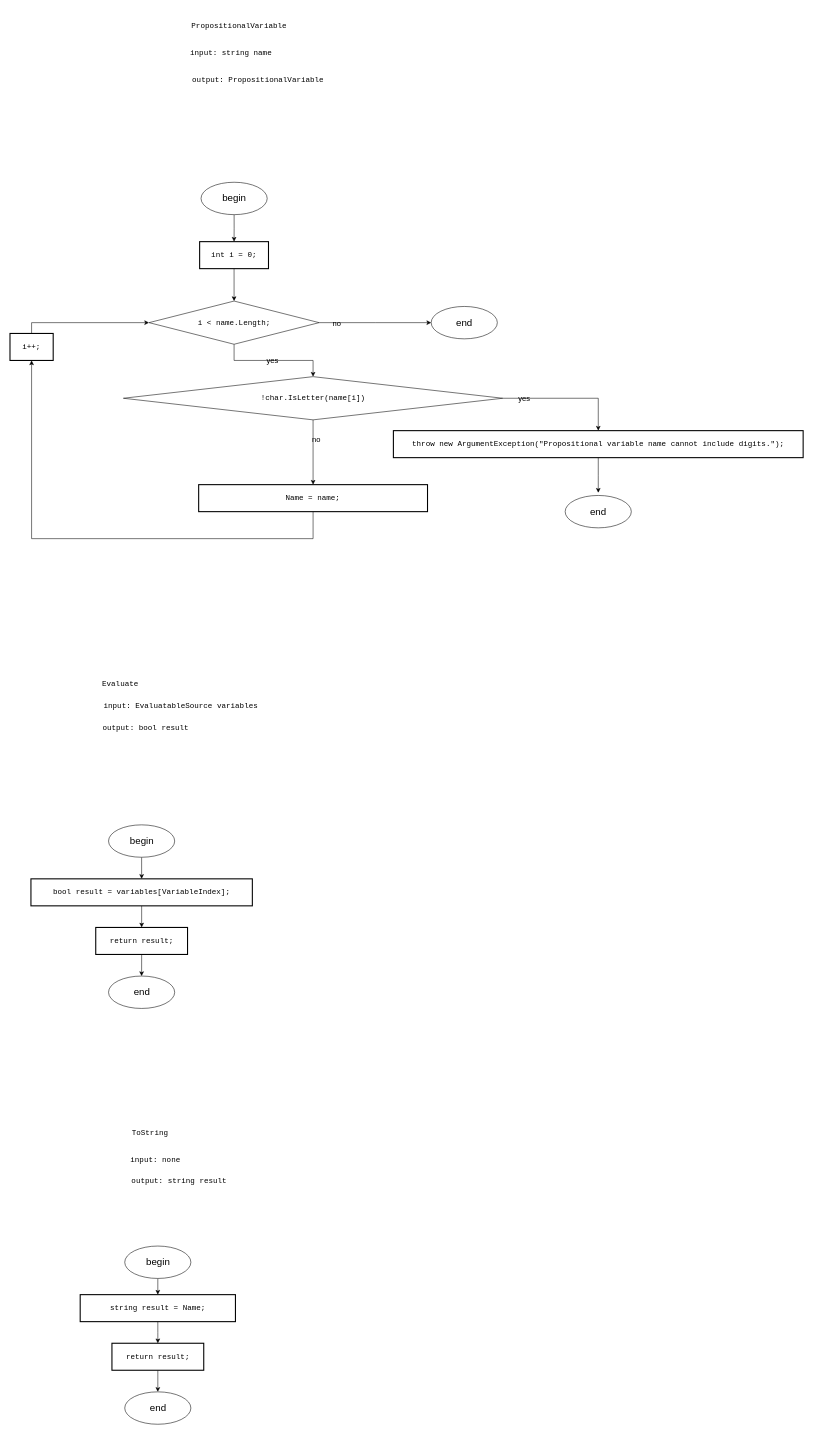
slavikovics/FictionalVariables keeps this draw.io diagram as Diagrams/propositionalVariable.drawio. Above is the earlier version. Source tidied: cells renumbered, new cells numbered last; positions are measured from the earlier drawing's top-left corner, leaving out a move shared by most shapes. Both pictures are drawn from the tidied source at 54%, with x=0, y=0 at pixel (10, 9).
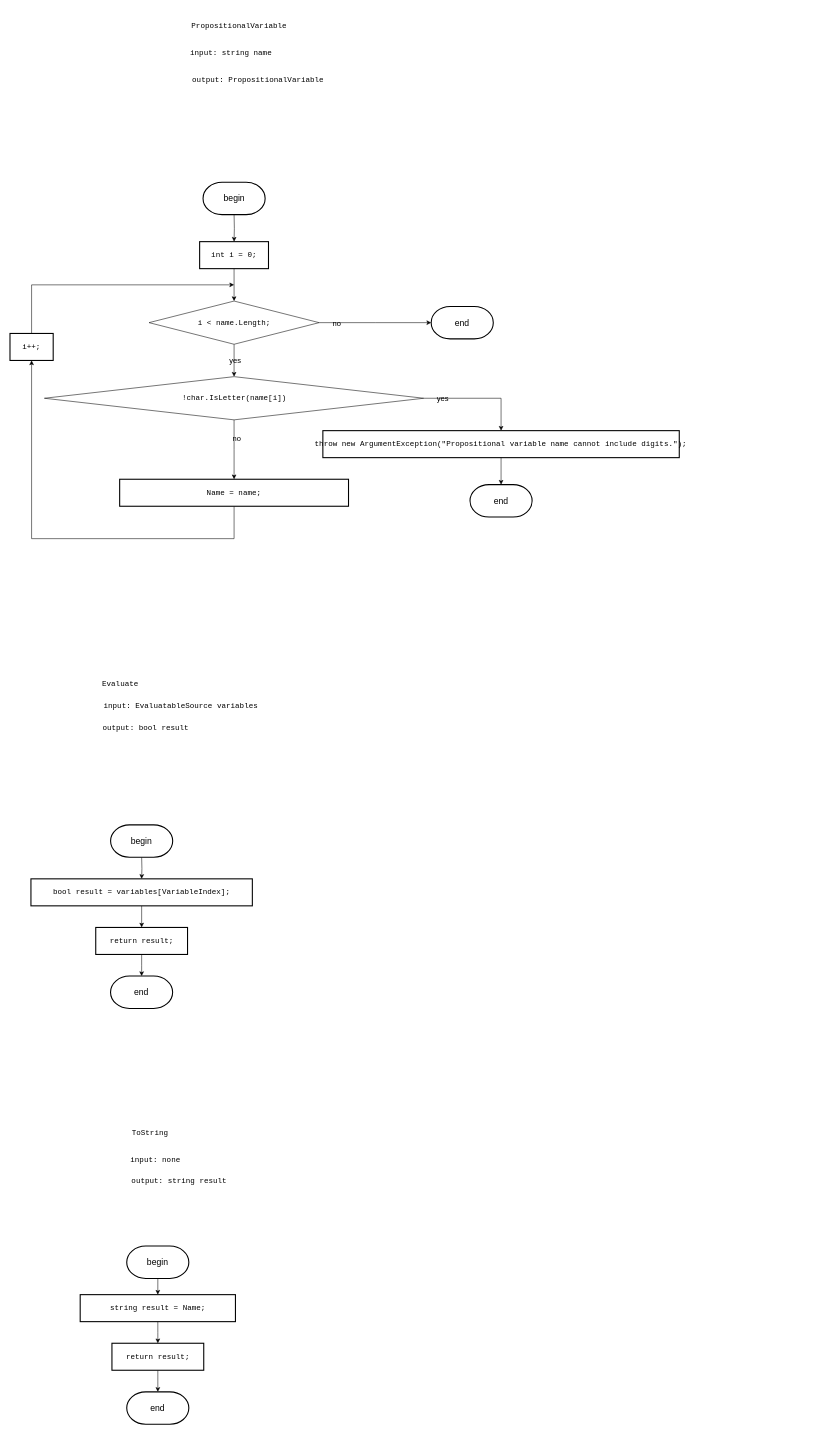
The same diagram, later.

The change refers to these unchanged cells:
```xml
<mxCell id="6" value="&lt;div style=&quot;&quot;&gt;&lt;pre style=&quot;font-family: &amp;quot;JetBrains Mono&amp;quot;, monospace;&quot;&gt;&lt;span style=&quot;&quot;&gt;int &lt;/span&gt;&lt;span style=&quot;&quot;&gt;i &lt;/span&gt;&lt;font&gt;= &lt;/font&gt;&lt;font&gt;0&lt;/font&gt;&lt;font&gt;;&lt;/font&gt;&lt;/pre&gt;&lt;/div&gt;" style="rounded=0;whiteSpace=wrap;html=1;absoluteArcSize=1;arcSize=14;strokeWidth=2;fontSize=14;fontColor=#000000;labelBackgroundColor=none;" parent="1" vertex="1">
  <mxGeometry x="351.2" y="430" width="127.5" height="50" as="geometry" />
</mxCell>
<mxCell id="9" value="&lt;div style=&quot;&quot;&gt;&lt;pre style=&quot;font-family: &amp;quot;JetBrains Mono&amp;quot;, monospace;&quot;&gt;&lt;pre style=&quot;font-family: &amp;quot;JetBrains Mono&amp;quot;, monospace;&quot;&gt;&lt;div&gt;&lt;pre style=&quot;font-family: &amp;quot;JetBrains Mono&amp;quot;, monospace;&quot;&gt;i &amp;lt; name.Length;&lt;/pre&gt;&lt;/div&gt;&lt;/pre&gt;&lt;/pre&gt;&lt;/div&gt;" style="rhombus;whiteSpace=wrap;html=1;fontSize=14;fontColor=#000000;labelBackgroundColor=none;" parent="1" vertex="1">
  <mxGeometry x="257.5" y="540" width="315" height="80" as="geometry" />
</mxCell>
<mxCell id="11" value="&lt;div style=&quot;&quot;&gt;&lt;pre style=&quot;font-family: &amp;quot;JetBrains Mono&amp;quot;, monospace;&quot;&gt;&lt;div&gt;&lt;pre style=&quot;font-family: &amp;quot;JetBrains Mono&amp;quot;, monospace;&quot;&gt;i++;&lt;/pre&gt;&lt;/div&gt;&lt;/pre&gt;&lt;/div&gt;" style="rounded=0;whiteSpace=wrap;html=1;absoluteArcSize=1;arcSize=14;strokeWidth=2;fontSize=14;fontColor=#000000;labelBackgroundColor=none;" parent="1" vertex="1">
  <mxGeometry y="600" width="80" height="50" as="geometry" />
</mxCell>
<mxCell id="28" value="&lt;div style=&quot;&quot;&gt;&lt;pre style=&quot;font-family: &amp;quot;JetBrains Mono&amp;quot;, monospace;&quot;&gt;&lt;pre style=&quot;font-family: &amp;quot;JetBrains Mono&amp;quot;, monospace;&quot;&gt;&lt;span style=&quot;&quot;&gt;bool &lt;/span&gt;result = variables[VariableIndex];&lt;br&gt;&lt;/pre&gt;&lt;/pre&gt;&lt;/div&gt;" style="rounded=0;whiteSpace=wrap;html=1;absoluteArcSize=1;arcSize=14;strokeWidth=2;fontSize=14;fontColor=#000000;labelBackgroundColor=none;" parent="1" vertex="1">
  <mxGeometry x="38.8" y="1610" width="410" height="50" as="geometry" />
</mxCell>
<mxCell id="34" value="&lt;div style=&quot;&quot;&gt;&lt;pre style=&quot;font-family: &amp;quot;JetBrains Mono&amp;quot;, monospace;&quot;&gt;&lt;pre style=&quot;font-family: &amp;quot;JetBrains Mono&amp;quot;, monospace;&quot;&gt;&lt;div&gt;&lt;pre style=&quot;font-family: &amp;quot;JetBrains Mono&amp;quot;, monospace;&quot;&gt;&lt;span style=&quot;&quot;&gt;string &lt;/span&gt;&lt;span style=&quot;&quot;&gt;result &lt;/span&gt;= Name;&lt;/pre&gt;&lt;/div&gt;&lt;/pre&gt;&lt;/pre&gt;&lt;/div&gt;" style="rounded=0;whiteSpace=wrap;html=1;absoluteArcSize=1;arcSize=14;strokeWidth=2;fontSize=14;fontColor=#000000;labelBackgroundColor=none;" parent="1" vertex="1">
  <mxGeometry x="130" y="2380" width="287.5" height="50" as="geometry" />
</mxCell>
<mxCell id="36" value="&lt;div style=&quot;&quot;&gt;&lt;pre style=&quot;font-family: &amp;quot;JetBrains Mono&amp;quot;, monospace;&quot;&gt;&lt;pre style=&quot;font-family: &amp;quot;JetBrains Mono&amp;quot;, monospace;&quot;&gt;&lt;div&gt;&lt;pre style=&quot;font-family: &amp;quot;JetBrains Mono&amp;quot;, monospace;&quot;&gt;&lt;span style=&quot;&quot;&gt;return &lt;/span&gt;result;&lt;/pre&gt;&lt;/div&gt;&lt;/pre&gt;&lt;/pre&gt;&lt;/div&gt;" style="rounded=0;whiteSpace=wrap;html=1;absoluteArcSize=1;arcSize=14;strokeWidth=2;fontSize=14;fontColor=#000000;labelBackgroundColor=none;" parent="1" vertex="1">
  <mxGeometry x="158.8" y="1700" width="170" height="50" as="geometry" />
</mxCell>
<mxCell id="38" value="&lt;div style=&quot;&quot;&gt;&lt;pre style=&quot;font-family: &amp;quot;JetBrains Mono&amp;quot;, monospace;&quot;&gt;&lt;pre style=&quot;font-family: &amp;quot;JetBrains Mono&amp;quot;, monospace;&quot;&gt;&lt;div&gt;&lt;pre style=&quot;font-family: &amp;quot;JetBrains Mono&amp;quot;, monospace;&quot;&gt;&lt;span style=&quot;&quot;&gt;return &lt;/span&gt;result;&lt;/pre&gt;&lt;/div&gt;&lt;/pre&gt;&lt;/pre&gt;&lt;/div&gt;" style="rounded=0;whiteSpace=wrap;html=1;absoluteArcSize=1;arcSize=14;strokeWidth=2;fontSize=14;fontColor=#000000;labelBackgroundColor=none;" parent="1" vertex="1">
  <mxGeometry x="188.8" y="2470" width="170" height="50" as="geometry" />
</mxCell>
```

Change to the diagram source:
```diff
@@
-    <mxCell id="10" style="edgeStyle=orthogonalEdgeStyle;rounded=0;jettySize=auto;html=1;exitX=0.5;exitY=0;exitDx=0;exitDy=0;entryX=0;entryY=0.5;entryDx=0;entryDy=0;fontSize=14;fontColor=#000000;labelBackgroundColor=none;" parent="1" edge="1" source="11" target="9">
-      <mxGeometry relative="1" as="geometry" />
+    <mxCell id="10" style="edgeStyle=orthogonalEdgeStyle;rounded=0;jettySize=auto;html=1;exitX=0.5;exitY=0;exitDx=0;exitDy=0;fontSize=14;fontColor=#000000;labelBackgroundColor=none;" parent="1" edge="1" source="11">
+      <mxGeometry relative="1" as="geometry">
+        <mxPoint x="415" y="510" as="targetPoint" />
+        <Array as="points">
+          <mxPoint x="40" y="510" />
+        </Array>
+      </mxGeometry>
     </mxCell>
@@
     <mxCell id="16" value="&lt;div style=&quot;&quot;&gt;&lt;pre style=&quot;font-family: &amp;quot;JetBrains Mono&amp;quot;, monospace;&quot;&gt;&lt;pre style=&quot;font-family: &amp;quot;JetBrains Mono&amp;quot;, monospace;&quot;&gt;&lt;pre style=&quot;font-family: &amp;quot;JetBrains Mono&amp;quot;, monospace;&quot;&gt;&lt;div&gt;&lt;pre style=&quot;font-family: &amp;quot;JetBrains Mono&amp;quot;, monospace;&quot;&gt;!&lt;span style=&quot;&quot;&gt;char&lt;/span&gt;.IsLetter(name[i])&lt;/pre&gt;&lt;/div&gt;&lt;/pre&gt;&lt;/pre&gt;&lt;/pre&gt;&lt;/div&gt;" style="rhombus;whiteSpace=wrap;html=1;fontSize=14;fontColor=#000000;labelBackgroundColor=none;" parent="1" vertex="1">
-      <mxGeometry x="210" y="680" width="702.5" height="80" as="geometry" />
+      <mxGeometry x="63.7" y="680" width="702.5" height="80" as="geometry" />
     </mxCell>
-    <mxCell id="17" style="edgeStyle=orthogonalEdgeStyle;rounded=0;jettySize=auto;html=1;exitX=0.5;exitY=1;exitDx=0;exitDy=0;fontSize=14;fontColor=#000000;labelBackgroundColor=none;" parent="1" edge="1" source="18">
-      <mxGeometry relative="1" as="geometry">
-        <mxPoint x="1089.4" y="895" as="targetPoint" />
-      </mxGeometry>
-    </mxCell>
     <mxCell id="18" value="&lt;div style=&quot;&quot;&gt;&lt;pre style=&quot;font-family: &amp;quot;JetBrains Mono&amp;quot;, monospace;&quot;&gt;&lt;pre style=&quot;font-family: &amp;quot;JetBrains Mono&amp;quot;, monospace;&quot;&gt;&lt;pre style=&quot;font-family: &amp;quot;JetBrains Mono&amp;quot;, monospace;&quot;&gt;&lt;pre style=&quot;font-family: &amp;quot;JetBrains Mono&amp;quot;, monospace;&quot;&gt;&lt;pre style=&quot;font-family: &amp;quot;JetBrains Mono&amp;quot;, monospace;&quot;&gt;&lt;pre style=&quot;font-family: &amp;quot;JetBrains Mono&amp;quot;, monospace;&quot;&gt;&lt;pre style=&quot;font-family: &amp;quot;JetBrains Mono&amp;quot;, monospace;&quot;&gt;&lt;pre style=&quot;font-family: &amp;quot;JetBrains Mono&amp;quot;, monospace;&quot;&gt;&lt;pre style=&quot;font-family: &amp;quot;JetBrains Mono&amp;quot;, monospace;&quot;&gt;&lt;pre style=&quot;font-family: &amp;quot;JetBrains Mono&amp;quot;, monospace;&quot;&gt;&lt;pre style=&quot;font-family: &amp;quot;JetBrains Mono&amp;quot;, monospace;&quot;&gt;&lt;div&gt;&lt;pre style=&quot;font-family: &amp;quot;JetBrains Mono&amp;quot;, monospace;&quot;&gt;&lt;span style=&quot;&quot;&gt;throw &lt;/span&gt;&lt;span style=&quot;&quot;&gt;new &lt;/span&gt;ArgumentException(&lt;span style=&quot;&quot;&gt;&quot;Propositional variable name cannot include digits.&quot;&lt;/span&gt;);&lt;/pre&gt;&lt;/div&gt;&lt;/pre&gt;&lt;/pre&gt;&lt;/pre&gt;&lt;/pre&gt;&lt;/pre&gt;&lt;/pre&gt;&lt;/pre&gt;&lt;/pre&gt;&lt;/pre&gt;&lt;/pre&gt;&lt;/pre&gt;&lt;/div&gt;" style="rounded=0;whiteSpace=wrap;html=1;absoluteArcSize=1;arcSize=14;strokeWidth=2;fontSize=14;fontColor=#000000;labelBackgroundColor=none;" parent="1" vertex="1">
-      <mxGeometry x="710" y="780" width="758.8" height="50" as="geometry" />
+      <mxGeometry x="579.4" y="780" width="660" height="50" as="geometry" />
     </mxCell>
     <mxCell id="19" style="edgeStyle=orthogonalEdgeStyle;rounded=0;jettySize=auto;html=1;exitX=0.5;exitY=1;exitDx=0;exitDy=0;entryX=0.5;entryY=1;entryDx=0;entryDy=0;fontSize=14;fontColor=#000000;labelBackgroundColor=none;" parent="1" edge="1" source="20" target="11">
       <mxGeometry relative="1" as="geometry">
         <Array as="points">
-          <mxPoint x="561.8" y="980" />
-          <mxPoint x="39.8" y="980" />
+          <mxPoint x="415" y="980" />
+          <mxPoint x="40" y="980" />
         </Array>
       </mxGeometry>
     </mxCell>
     <mxCell id="20" value="&lt;div style=&quot;&quot;&gt;&lt;pre style=&quot;font-family: &amp;quot;JetBrains Mono&amp;quot;, monospace;&quot;&gt;&lt;pre style=&quot;font-family: &amp;quot;JetBrains Mono&amp;quot;, monospace;&quot;&gt;&lt;pre style=&quot;font-family: &amp;quot;JetBrains Mono&amp;quot;, monospace;&quot;&gt;&lt;pre style=&quot;font-family: &amp;quot;JetBrains Mono&amp;quot;, monospace;&quot;&gt;&lt;pre style=&quot;font-family: &amp;quot;JetBrains Mono&amp;quot;, monospace;&quot;&gt;&lt;pre style=&quot;font-family: &amp;quot;JetBrains Mono&amp;quot;, monospace;&quot;&gt;&lt;pre style=&quot;font-family: &amp;quot;JetBrains Mono&amp;quot;, monospace;&quot;&gt;&lt;pre style=&quot;font-family: &amp;quot;JetBrains Mono&amp;quot;, monospace;&quot;&gt;&lt;pre style=&quot;font-family: &amp;quot;JetBrains Mono&amp;quot;, monospace;&quot;&gt;&lt;pre style=&quot;font-family: &amp;quot;JetBrains Mono&amp;quot;, monospace;&quot;&gt;&lt;div&gt;&lt;pre style=&quot;font-family: &amp;quot;JetBrains Mono&amp;quot;, monospace;&quot;&gt;Name = name;&lt;/pre&gt;&lt;/div&gt;&lt;/pre&gt;&lt;/pre&gt;&lt;/pre&gt;&lt;/pre&gt;&lt;/pre&gt;&lt;/pre&gt;&lt;/pre&gt;&lt;/pre&gt;&lt;/pre&gt;&lt;/pre&gt;&lt;/div&gt;" style="rounded=0;whiteSpace=wrap;html=1;absoluteArcSize=1;arcSize=14;strokeWidth=2;fontSize=14;fontColor=#000000;labelBackgroundColor=none;" parent="1" vertex="1">
-      <mxGeometry x="349.4" y="880" width="423.8" height="50" as="geometry" />
+      <mxGeometry x="203.1" y="870" width="423.8" height="50" as="geometry" />
     </mxCell>
@@
-    <mxCell id="35" style="edgeStyle=orthogonalEdgeStyle;rounded=0;jettySize=auto;html=1;exitX=0.5;exitY=1;exitDx=0;exitDy=0;entryX=0.5;entryY=0;entryDx=0;entryDy=0;" parent="1" edge="1" source="36" target="45">
-      <mxGeometry relative="1" as="geometry" />
+    <mxCell id="35" style="edgeStyle=orthogonalEdgeStyle;rounded=0;jettySize=auto;html=1;exitX=0.5;exitY=1;exitDx=0;exitDy=0;entryX=0.5;entryY=0;entryDx=0;entryDy=0;" parent="1" edge="1" source="36">
+      <mxGeometry relative="1" as="geometry">
+        <mxPoint x="243.8" y="1790" as="targetPoint" />
+      </mxGeometry>
     </mxCell>
@@
-    <mxCell id="37" style="edgeStyle=orthogonalEdgeStyle;rounded=0;jettySize=auto;html=1;exitX=0.5;exitY=1;exitDx=0;exitDy=0;" parent="1" edge="1" source="38" target="48">
-      <mxGeometry relative="1" as="geometry" />
+    <mxCell id="37" style="edgeStyle=orthogonalEdgeStyle;rounded=0;jettySize=auto;html=1;exitX=0.5;exitY=1;exitDx=0;exitDy=0;" parent="1" edge="1" source="38">
+      <mxGeometry relative="1" as="geometry">
+        <mxPoint x="273.8" y="2560" as="targetPoint" />
+      </mxGeometry>
     </mxCell>
@@
-    <mxCell id="39" style="edgeStyle=orthogonalEdgeStyle;rounded=0;jettySize=auto;html=1;exitX=0.5;exitY=1;exitDx=0;exitDy=0;entryX=0.5;entryY=0;entryDx=0;entryDy=0;" parent="1" edge="1" source="40" target="6">
-      <mxGeometry relative="1" as="geometry" />
+    <mxCell id="39" style="edgeStyle=orthogonalEdgeStyle;rounded=0;jettySize=auto;html=1;exitX=0.5;exitY=1;exitDx=0;exitDy=0;entryX=0.5;entryY=0;entryDx=0;entryDy=0;" parent="1" edge="1" target="6">
+      <mxGeometry relative="1" as="geometry">
+        <mxPoint x="415" y="380" as="sourcePoint" />
+      </mxGeometry>
     </mxCell>
-    <mxCell id="40" value="&lt;font style=&quot;font-size: 18px;&quot;&gt;begin&lt;/font&gt;" style="ellipse;whiteSpace=wrap;html=1;" parent="1" vertex="1">
-      <mxGeometry x="353.8" y="320" width="122.5" height="60" as="geometry" />
-    </mxCell>
-    <mxCell id="41" value="&lt;font style=&quot;font-size: 18px;&quot;&gt;end&lt;/font&gt;" style="ellipse;whiteSpace=wrap;html=1;" parent="1" vertex="1">
-      <mxGeometry x="780" y="550" width="122.5" height="60" as="geometry" />
-    </mxCell>
-    <mxCell id="42" value="&lt;font style=&quot;font-size: 18px;&quot;&gt;end&lt;/font&gt;" style="ellipse;whiteSpace=wrap;html=1;" parent="1" vertex="1">
-      <mxGeometry x="1028.1" y="900" width="122.5" height="60" as="geometry" />
-    </mxCell>
-    <mxCell id="43" style="edgeStyle=orthogonalEdgeStyle;rounded=0;jettySize=auto;html=1;exitX=0.5;exitY=1;exitDx=0;exitDy=0;entryX=0.5;entryY=0;entryDx=0;entryDy=0;" parent="1" edge="1" source="44" target="28">
-      <mxGeometry relative="1" as="geometry" />
+    <mxCell id="43" style="edgeStyle=orthogonalEdgeStyle;rounded=0;jettySize=auto;html=1;exitX=0.5;exitY=1;exitDx=0;exitDy=0;entryX=0.5;entryY=0;entryDx=0;entryDy=0;" parent="1" edge="1" target="28">
+      <mxGeometry relative="1" as="geometry">
+        <mxPoint x="243.8" y="1570" as="sourcePoint" />
+      </mxGeometry>
     </mxCell>
-    <mxCell id="44" value="&lt;font style=&quot;font-size: 18px;&quot;&gt;begin&lt;/font&gt;" style="ellipse;whiteSpace=wrap;html=1;" parent="1" vertex="1">
-      <mxGeometry x="182.5" y="1510" width="122.5" height="60" as="geometry" />
-    </mxCell>
-    <mxCell id="45" value="&lt;font style=&quot;font-size: 18px;&quot;&gt;end&lt;/font&gt;" style="ellipse;whiteSpace=wrap;html=1;" parent="1" vertex="1">
-      <mxGeometry x="182.5" y="1790" width="122.5" height="60" as="geometry" />
-    </mxCell>
-    <mxCell id="46" style="edgeStyle=orthogonalEdgeStyle;rounded=0;jettySize=auto;html=1;exitX=0.5;exitY=1;exitDx=0;exitDy=0;entryX=0.5;entryY=0;entryDx=0;entryDy=0;" parent="1" edge="1" source="47" target="34">
-      <mxGeometry relative="1" as="geometry" />
+    <mxCell id="46" style="edgeStyle=orthogonalEdgeStyle;rounded=0;jettySize=auto;html=1;exitX=0.5;exitY=1;exitDx=0;exitDy=0;entryX=0.5;entryY=0;entryDx=0;entryDy=0;" parent="1" edge="1" target="34">
+      <mxGeometry relative="1" as="geometry">
+        <mxPoint x="273.8" y="2350" as="sourcePoint" />
+      </mxGeometry>
     </mxCell>
-    <mxCell id="47" value="&lt;font style=&quot;font-size: 18px;&quot;&gt;begin&lt;/font&gt;" style="ellipse;whiteSpace=wrap;html=1;" parent="1" vertex="1">
-      <mxGeometry x="212.5" y="2290" width="122.5" height="60" as="geometry" />
-    </mxCell>
-    <mxCell id="48" value="&lt;font style=&quot;font-size: 18px;&quot;&gt;end&lt;/font&gt;" style="ellipse;whiteSpace=wrap;html=1;" parent="1" vertex="1">
-      <mxGeometry x="212.5" y="2560" width="122.5" height="60" as="geometry" />
-    </mxCell>
+    <mxCell id="49" value="&lt;font style=&quot;font-size: 16px;&quot;&gt;begin&lt;/font&gt;" style="strokeWidth=2;html=1;shape=mxgraph.flowchart.terminator;whiteSpace=wrap;" parent="1" vertex="1">
+      <mxGeometry x="357.5" y="320" width="115" height="60" as="geometry" />
+    </mxCell>
+    <mxCell id="50" value="&lt;font style=&quot;font-size: 16px;&quot;&gt;end&lt;/font&gt;" style="strokeWidth=2;html=1;shape=mxgraph.flowchart.terminator;whiteSpace=wrap;" parent="1" vertex="1">
+      <mxGeometry x="780" y="550" width="115" height="60" as="geometry" />
+    </mxCell>
+    <mxCell id="51" value="&lt;font style=&quot;font-size: 16px;&quot;&gt;end&lt;/font&gt;" style="strokeWidth=2;html=1;shape=mxgraph.flowchart.terminator;whiteSpace=wrap;" parent="1" vertex="1">
+      <mxGeometry x="851.9" y="880" width="115" height="60" as="geometry" />
+    </mxCell>
+    <mxCell id="52" value="&lt;font style=&quot;font-size: 16px;&quot;&gt;begin&lt;/font&gt;" style="strokeWidth=2;html=1;shape=mxgraph.flowchart.terminator;whiteSpace=wrap;" parent="1" vertex="1">
+      <mxGeometry x="186.3" y="1510" width="115" height="60" as="geometry" />
+    </mxCell>
+    <mxCell id="53" value="&lt;font style=&quot;font-size: 16px;&quot;&gt;end&lt;/font&gt;" style="strokeWidth=2;html=1;shape=mxgraph.flowchart.terminator;whiteSpace=wrap;" parent="1" vertex="1">
+      <mxGeometry x="186.2" y="1790" width="115" height="60" as="geometry" />
+    </mxCell>
+    <mxCell id="54" value="&lt;font style=&quot;font-size: 16px;&quot;&gt;begin&lt;/font&gt;" style="strokeWidth=2;html=1;shape=mxgraph.flowchart.terminator;whiteSpace=wrap;" parent="1" vertex="1">
+      <mxGeometry x="216.2" y="2290" width="115" height="60" as="geometry" />
+    </mxCell>
+    <mxCell id="55" value="&lt;font style=&quot;font-size: 16px;&quot;&gt;end&lt;/font&gt;" style="strokeWidth=2;html=1;shape=mxgraph.flowchart.terminator;whiteSpace=wrap;" parent="1" vertex="1">
+      <mxGeometry x="216.2" y="2560" width="115" height="60" as="geometry" />
+    </mxCell>
+    <mxCell id="56" style="edgeStyle=orthogonalEdgeStyle;rounded=0;jettySize=auto;html=1;exitX=0.5;exitY=1;exitDx=0;exitDy=0;entryX=0.5;entryY=0;entryDx=0;entryDy=0;entryPerimeter=0;" parent="1" edge="1" source="18" target="51">
+      <mxGeometry relative="1" as="geometry" />
+    </mxCell>
```
